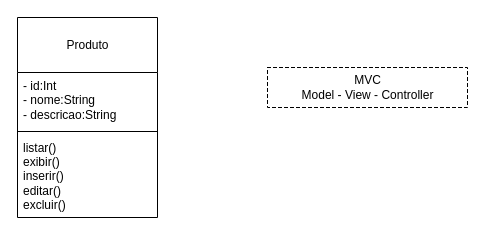
The draw.io diagram crud_diagramas/diagrama_de_classes..drawio in andreneves/PF, before the edit. Source tidied: cells renumbered, new cells numbered last; positions are measured from the earlier drawing's top-left corner, leaving out a move shared by most shapes. Both pictures are drawn from the tidied source at 100%, with x=0, y=0 at pixel (17, 17).
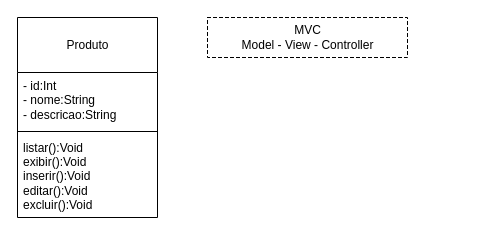
Above is the later version.

Change to the diagram source:
```diff
@@
 <mxGraphModel>
   <root>
     <mxCell id="0" />
     <mxCell id="1" parent="0" />
     <mxCell id="2" value="&lt;br&gt;Produto" style="swimlane;fontStyle=0;align=center;verticalAlign=top;horizontal=1;startSize=55;html=1;" parent="1" vertex="1">
       <mxGeometry width="140" height="200" as="geometry" />
     </mxCell>
     <mxCell id="3" value="- id:Int&lt;br&gt;- nome:String&lt;br&gt;- descricao:String" style="text;html=1;strokeColor=none;fillColor=none;align=left;verticalAlign=middle;spacingLeft=4;spacingRight=4;overflow=hidden;" parent="2" vertex="1">
       <mxGeometry y="55" width="140" height="55" as="geometry" />
     </mxCell>
     <mxCell id="4" style="line;strokeWidth=1;fillColor=none;align=left;verticalAlign=middle;spacingTop=-1;spacingLeft=3;spacingRight=3;labelPosition=right;" parent="2" vertex="1">
       <mxGeometry y="110" width="140" height="8" as="geometry" />
     </mxCell>
-    <mxCell id="5" value="listar()&lt;br&gt;exibir()&lt;br&gt;inserir()&lt;br&gt;editar()&lt;br&gt;excluir()" style="text;html=1;strokeColor=none;fillColor=none;align=left;verticalAlign=middle;spacingLeft=4;spacingRight=4;overflow=hidden;" parent="2" vertex="1">
+    <mxCell id="5" value="listar():Void&lt;br&gt;exibir():Void&lt;br&gt;inserir():Void&lt;br&gt;editar():Void&lt;br&gt;excluir():Void" style="text;html=1;strokeColor=none;fillColor=none;align=left;verticalAlign=middle;spacingLeft=4;spacingRight=4;overflow=hidden;" parent="2" vertex="1">
       <mxGeometry y="118" width="140" height="82" as="geometry" />
     </mxCell>
     <mxCell id="6" value="MVC&lt;br&gt;Model - View - Controller" style="shape=partialRectangle;html=1;top=1;align=center;dashed=1;" parent="1" vertex="1">
-      <mxGeometry x="250" y="50" width="200" height="40" as="geometry" />
+      <mxGeometry x="190" width="200" height="40" as="geometry" />
     </mxCell>
   </root>
 </mxGraphModel>
```
